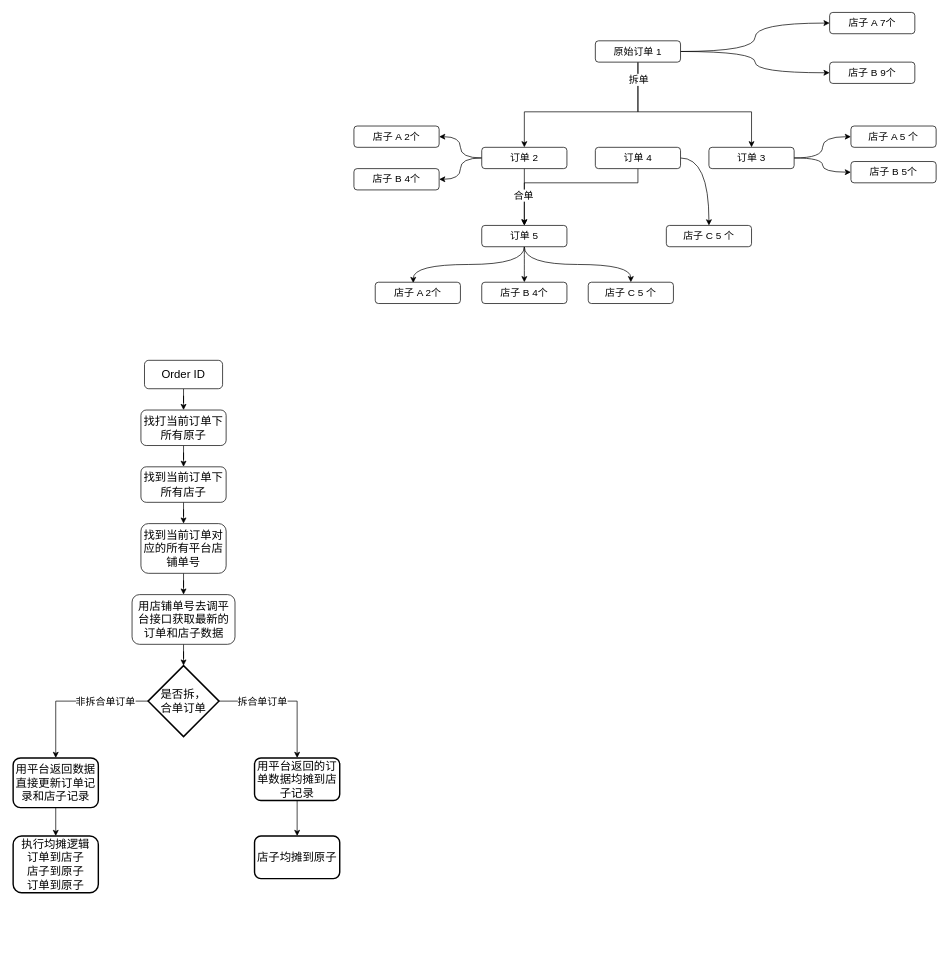
Before: longpean/均摊逻辑.drawio in GitHeP/diagrams, a draw.io diagram. Source tidied: cells renumbered, new cells numbered last; positions are measured from the earlier drawing's top-left corner, leaving out a move shared by most shapes. Both pictures are drawn from the tidied source at 71%, with x=0, y=0 at pixel (13, 12).
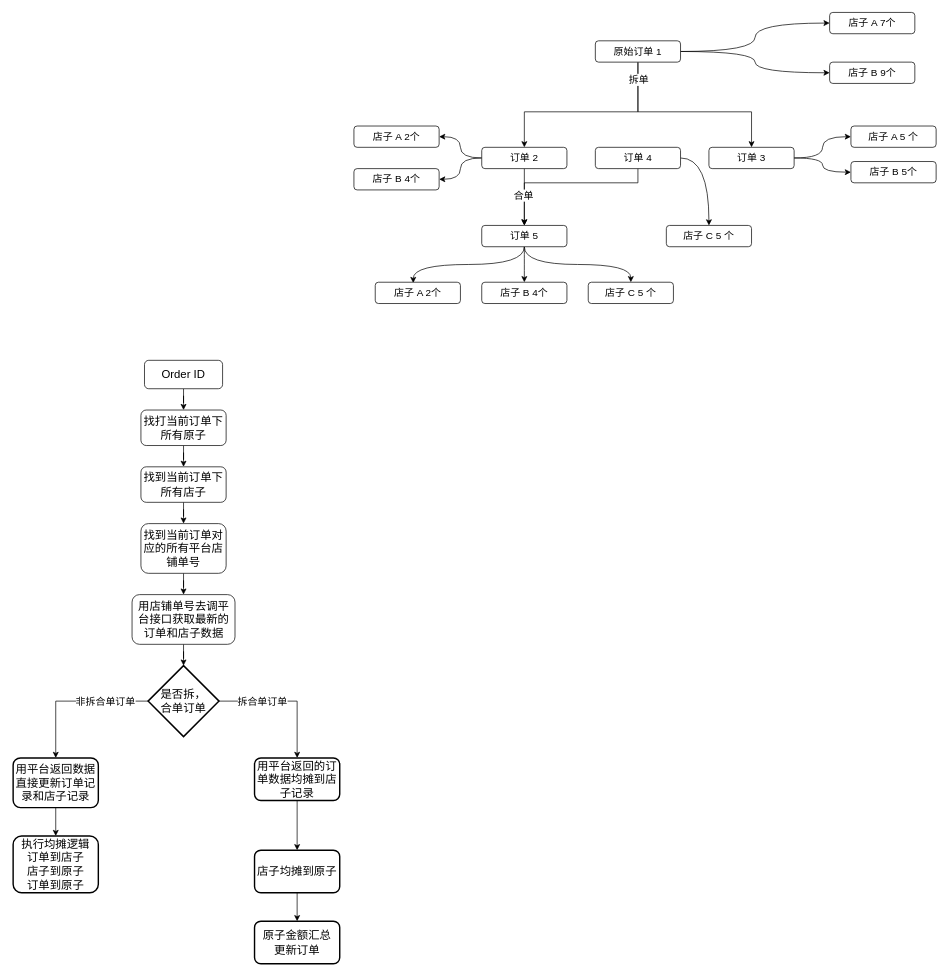
Above is the later version.

Commit message:
更新均摊逻辑.drawio

Diff of the diagram source:
```diff
@@
+    <mxCell id="54" style="edgeStyle=orthogonalEdgeStyle;rounded=0;jettySize=auto;html=1;" parent="1" edge="1" source="53" target="55">
+      <mxGeometry relative="1" as="geometry" />
+    </mxCell>
     <mxCell id="53" value="&lt;span style=&quot;font-size: 16px;&quot;&gt;店子均摊到原子&lt;/span&gt;" style="rounded=1;whiteSpace=wrap;html=1;strokeWidth=2;fillStyle=auto;" parent="1" vertex="1">
-      <mxGeometry x="340" y="1160" width="120" height="60" as="geometry" />
+      <mxGeometry x="340" y="1180" width="120" height="60" as="geometry" />
     </mxCell>
+    <mxCell id="55" value="&lt;span style=&quot;font-size: 16px;&quot;&gt;原子金额汇总&lt;br&gt;更新订单&lt;/span&gt;" style="rounded=1;whiteSpace=wrap;html=1;strokeWidth=2;fillStyle=auto;" parent="1" vertex="1">
+      <mxGeometry x="340" y="1280" width="120" height="60" as="geometry" />
+    </mxCell>
```
